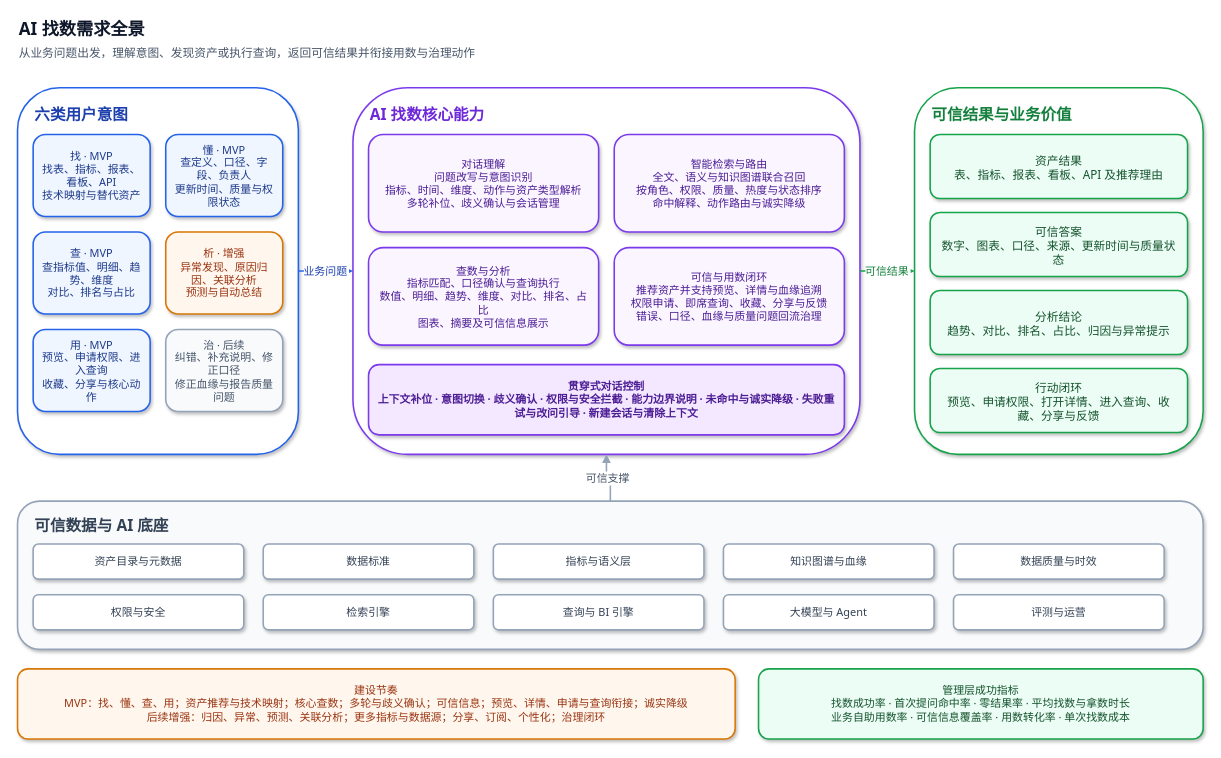
The draw.io diagram docs/product/2026-07-23-AI找数-需求全景.drawio in jiangcece20-jpg/data-asset-platform, before the edit. Source tidied: cells renumbered, new cells numbered last; positions are measured from the earlier drawing's top-left corner, leaving out a move shared by most shapes. Both pictures are drawn from the tidied source at 78%, with x=0, y=0 at pixel (17, 13).
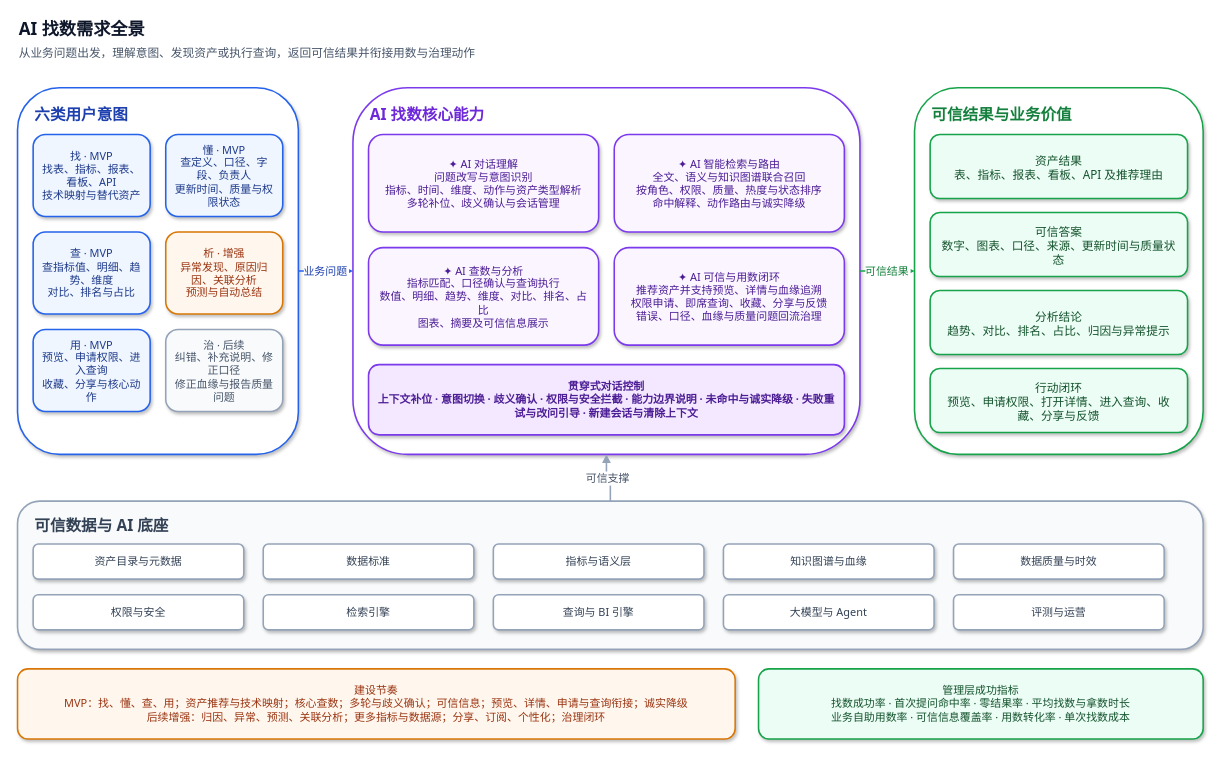
The same diagram, later.

Commit message:
docs: mark AI capabilities in find diagram

What changed in the source:
```diff
@@
-    <mxCell id="14" value="对话理解&#10;问题改写与意图识别&#10;指标、时间、维度、动作与资产类型解析&#10;多轮补位、歧义确认与会话管理" style="rounded=1;whiteSpace=wrap;html=0;fillColor=#FAF5FF;strokeColor=#7C3AED;strokeWidth=2;fontColor=#4C1D95;fontFamily=system-ui, -apple-system, PingFang SC, Microsoft YaHei, sans-serif;fontSize=14;shadow=1;spacing=10;" parent="1" vertex="1">
+    <mxCell id="14" value="✦ AI 对话理解&#10;问题改写与意图识别&#10;指标、时间、维度、动作与资产类型解析&#10;多轮补位、歧义确认与会话管理" style="rounded=1;whiteSpace=wrap;html=0;fillColor=#FAF5FF;strokeColor=#7C3AED;strokeWidth=2;fontColor=#4C1D95;fontFamily=system-ui, -apple-system, PingFang SC, Microsoft YaHei, sans-serif;fontSize=14;shadow=1;spacing=10;" parent="1" vertex="1">
       <mxGeometry x="450" y="155" width="295" height="125" as="geometry" />
     </mxCell>
-    <mxCell id="15" value="智能检索与路由&#10;全文、语义与知识图谱联合召回&#10;按角色、权限、质量、热度与状态排序&#10;命中解释、动作路由与诚实降级" style="rounded=1;whiteSpace=wrap;html=0;fillColor=#FAF5FF;strokeColor=#7C3AED;strokeWidth=2;fontColor=#4C1D95;fontFamily=system-ui, -apple-system, PingFang SC, Microsoft YaHei, sans-serif;fontSize=14;shadow=1;spacing=10;" parent="1" vertex="1">
+    <mxCell id="15" value="✦ AI 智能检索与路由&#10;全文、语义与知识图谱联合召回&#10;按角色、权限、质量、热度与状态排序&#10;命中解释、动作路由与诚实降级" style="rounded=1;whiteSpace=wrap;html=0;fillColor=#FAF5FF;strokeColor=#7C3AED;strokeWidth=2;fontColor=#4C1D95;fontFamily=system-ui, -apple-system, PingFang SC, Microsoft YaHei, sans-serif;fontSize=14;shadow=1;spacing=10;" parent="1" vertex="1">
       <mxGeometry x="765" y="155" width="295" height="125" as="geometry" />
     </mxCell>
-    <mxCell id="16" value="查数与分析&#10;指标匹配、口径确认与查询执行&#10;数值、明细、趋势、维度、对比、排名、占比&#10;图表、摘要及可信信息展示" style="rounded=1;whiteSpace=wrap;html=0;fillColor=#FAF5FF;strokeColor=#7C3AED;strokeWidth=2;fontColor=#4C1D95;fontFamily=system-ui, -apple-system, PingFang SC, Microsoft YaHei, sans-serif;fontSize=14;shadow=1;spacing=10;" parent="1" vertex="1">
+    <mxCell id="16" value="✦ AI 查数与分析&#10;指标匹配、口径确认与查询执行&#10;数值、明细、趋势、维度、对比、排名、占比&#10;图表、摘要及可信信息展示" style="rounded=1;whiteSpace=wrap;html=0;fillColor=#FAF5FF;strokeColor=#7C3AED;strokeWidth=2;fontColor=#4C1D95;fontFamily=system-ui, -apple-system, PingFang SC, Microsoft YaHei, sans-serif;fontSize=14;shadow=1;spacing=10;" parent="1" vertex="1">
       <mxGeometry x="450" y="300" width="295" height="125" as="geometry" />
     </mxCell>
-    <mxCell id="17" value="可信与用数闭环&#10;推荐资产并支持预览、详情与血缘追溯&#10;权限申请、即席查询、收藏、分享与反馈&#10;错误、口径、血缘与质量问题回流治理" style="rounded=1;whiteSpace=wrap;html=0;fillColor=#FAF5FF;strokeColor=#7C3AED;strokeWidth=2;fontColor=#4C1D95;fontFamily=system-ui, -apple-system, PingFang SC, Microsoft YaHei, sans-serif;fontSize=14;shadow=1;spacing=10;" parent="1" vertex="1">
+    <mxCell id="17" value="✦ AI 可信与用数闭环&#10;推荐资产并支持预览、详情与血缘追溯&#10;权限申请、即席查询、收藏、分享与反馈&#10;错误、口径、血缘与质量问题回流治理" style="rounded=1;whiteSpace=wrap;html=0;fillColor=#FAF5FF;strokeColor=#7C3AED;strokeWidth=2;fontColor=#4C1D95;fontFamily=system-ui, -apple-system, PingFang SC, Microsoft YaHei, sans-serif;fontSize=14;shadow=1;spacing=10;" parent="1" vertex="1">
       <mxGeometry x="765" y="300" width="295" height="125" as="geometry" />
     </mxCell>
```
